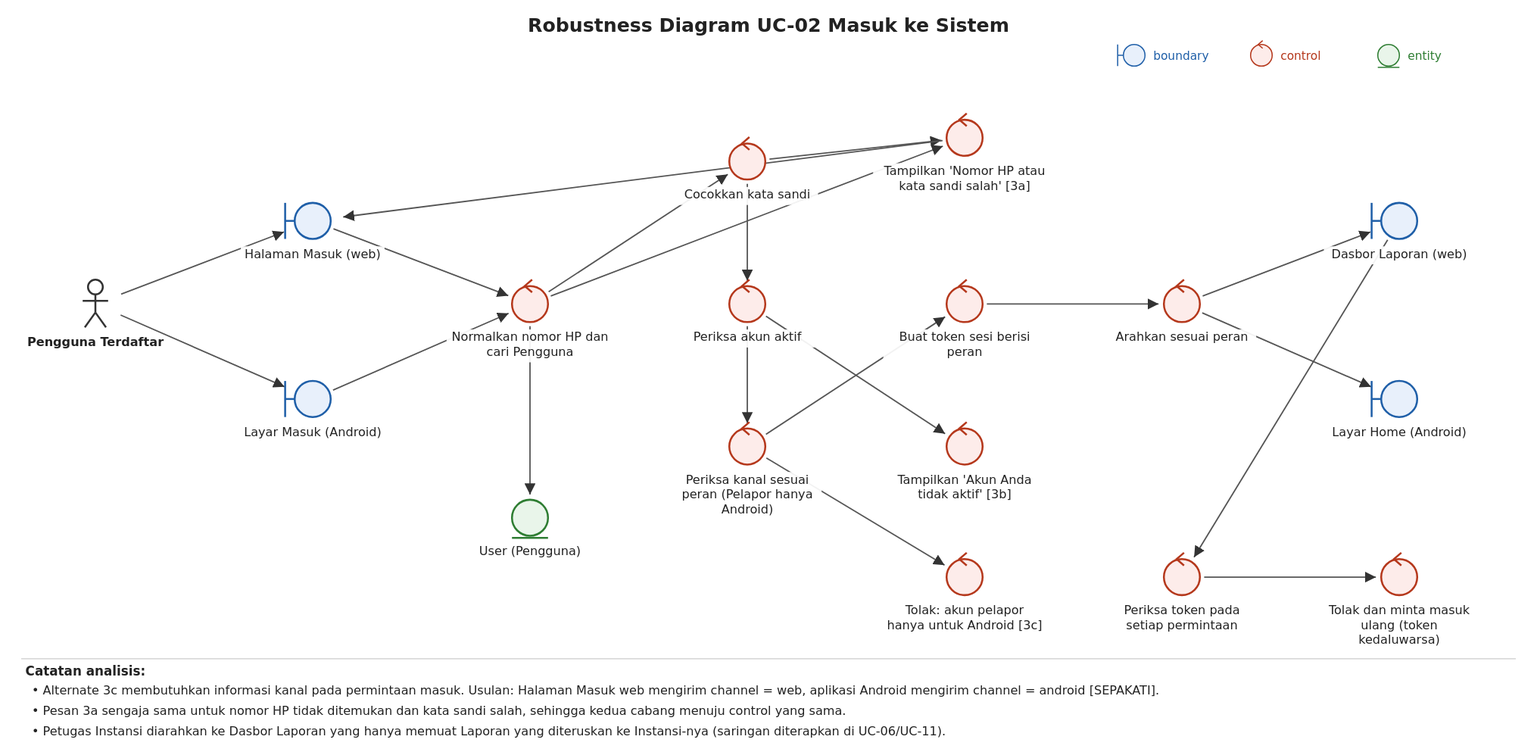
The PlantUML diagram specs/002-uc02-sign-in/iconix/uc02-robustness.svg in wirapatigilang/laporapi-api-web, before a commit. Its source is kept beside it as specs/002-uc02-sign-in/iconix/uc02-robustness.puml.
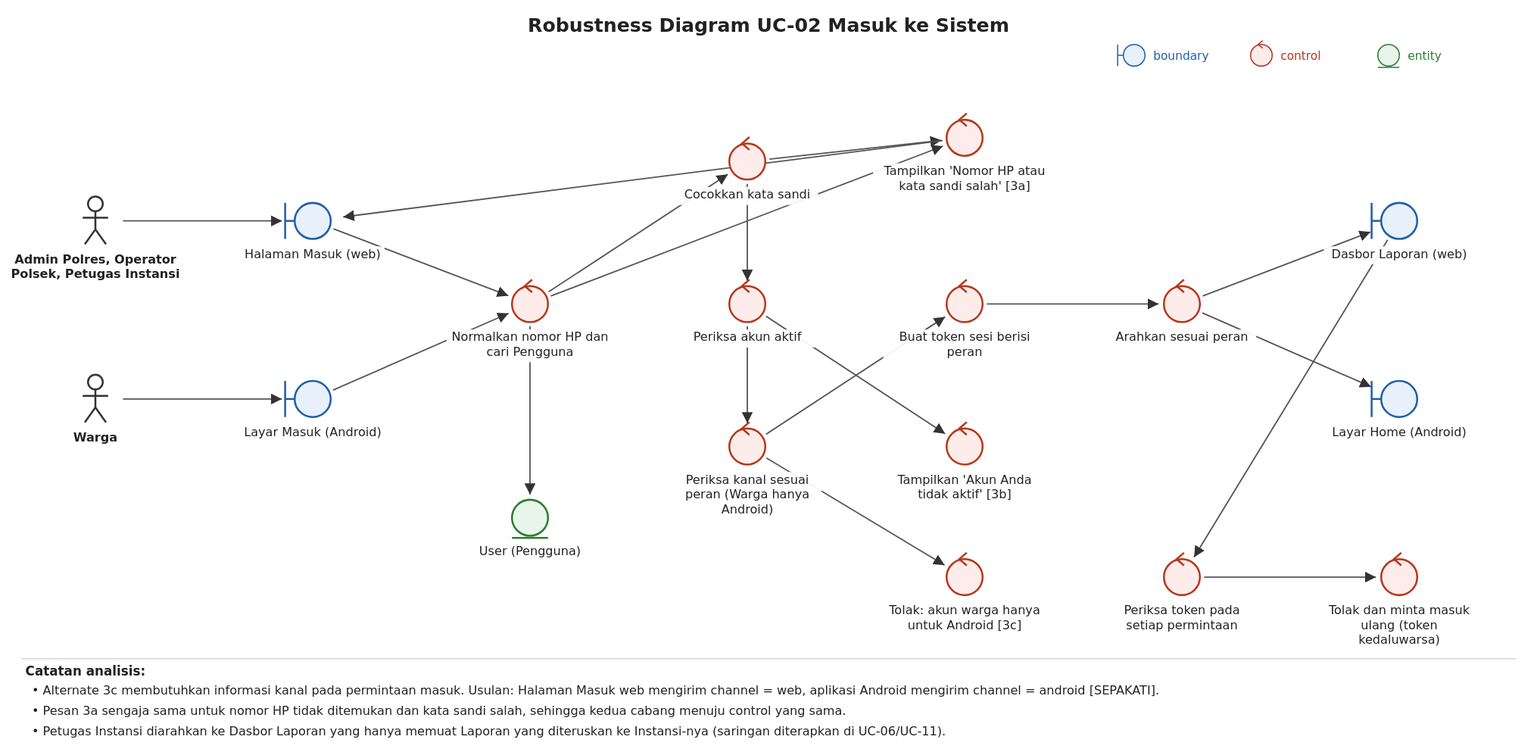
The same file after the commit.

Diff of the diagram source:
```diff
@@ -1,25 +1,26 @@
 @startuml
 left to right direction
 title Robustness Diagram UC-02 Masuk ke Sistem
-actor "Pengguna Terdaftar" as usr
+actor "Admin Polres, Operator Polsek, Petugas Instansi" as ptg
+actor "Warga" as wrg
 boundary "Halaman Masuk (web)" as bWeb
 boundary "Layar Masuk (Android)" as bAnd
 control "Normalkan nomor HP dan cari Pengguna" as cCari
 control "Cocokkan kata sandi" as cSandi
 control "Periksa akun aktif" as cAktif
-control "Periksa kanal sesuai peran (Pelapor hanya Android)" as cKanal
+control "Periksa kanal sesuai peran (Warga hanya Android)" as cKanal
 control "Buat token sesi berisi peran" as cToken
 control "Arahkan sesuai peran" as cArah
 control "Tampilkan 'Nomor HP atau kata sandi salah' [3a]" as cErrSalah
 control "Tampilkan 'Akun Anda tidak aktif' [3b]" as cErrNon
-control "Tolak: akun pelapor hanya untuk Android [3c]" as cErrKanal
+control "Tolak: akun warga hanya untuk Android [3c]" as cErrKanal
 entity "User (Pengguna)" as ePengguna
 boundary "Dasbor Laporan (web)" as bDasbor
 boundary "Layar Home (Android)" as bHome
 control "Periksa token pada setiap permintaan" as cTokenCek
 control "Tolak dan minta masuk ulang (token kedaluwarsa)" as cUlang
-usr --> bWeb
-usr --> bAnd
+ptg --> bWeb
+wrg --> bAnd
 bWeb --> cCari
 bAnd --> cCari
 cCari --> ePengguna
```
